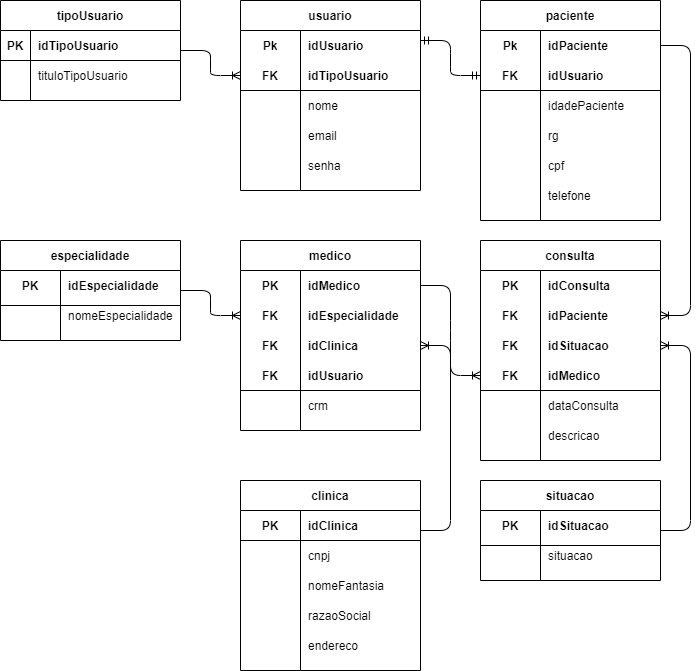
Earlier version of the draw.io export sprint-1-bd/projeto_medicals/modelagens/projeto_medicals-logico.png (DudaPereira/senai_sprint_1bd). Source tidied: cells renumbered, new cells last; positions are measured from the earlier drawing's top-left corner, leaving out a move shared by most shapes.
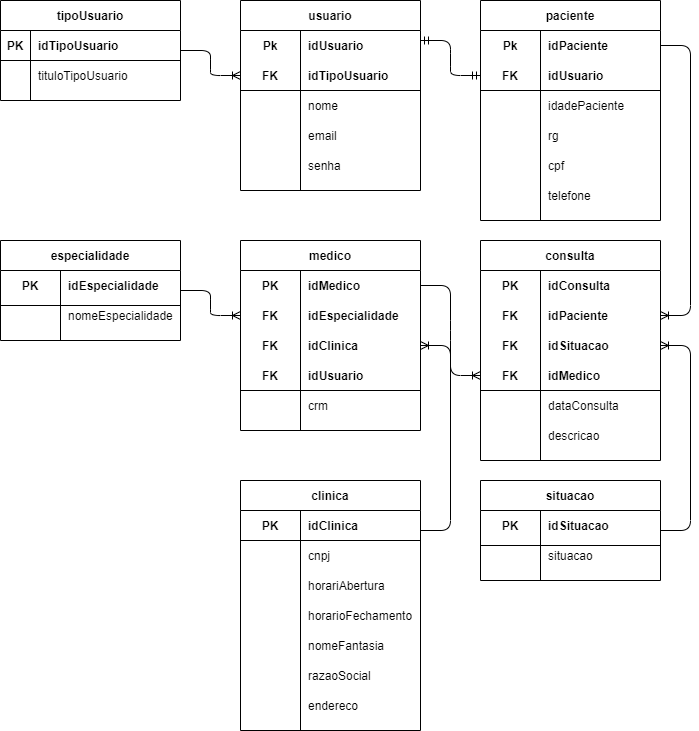
The same diagram one commit later.

Commit message:
projeto medicals finalizado

What changed in the source:
```diff
@@ -282,7 +282,7 @@
       <mxGeometry x="480" y="540" width="180" height="10" as="geometry" />
     </mxCell>
     <mxCell id="95" value="clinica" style="shape=table;startSize=30;rowLines=0;fontStyle=1;align=center;" parent="1" vertex="1">
-      <mxGeometry x="240" y="480" width="180" height="190" as="geometry" />
+      <mxGeometry x="240" y="480" width="180" height="250" as="geometry" />
     </mxCell>
     <mxCell id="96" style="shape=partialRectangle;fillColor=none;top=0;left=0;bottom=0;right=0;" parent="95" vertex="1">
       <mxGeometry y="30" width="180" height="30" as="geometry" />
@@ -302,8 +302,26 @@
     <mxCell id="101" value="cnpj" style="shape=partialRectangle;fillColor=none;top=0;left=0;bottom=0;right=0;align=left;spacingLeft=6;overflow=hidden;" parent="99" vertex="1">
       <mxGeometry x="60" width="120" height="30" as="geometry" />
     </mxCell>
+    <mxCell id="119" style="shape=partialRectangle;fillColor=none;top=0;left=0;bottom=0;right=0;" parent="95" vertex="1">
+      <mxGeometry y="90" width="180" height="30" as="geometry" />
+    </mxCell>
+    <mxCell id="120" style="shape=partialRectangle;fillColor=none;top=0;left=0;bottom=0;right=0;overflow=hidden;" parent="119" vertex="1">
+      <mxGeometry width="60" height="30" as="geometry" />
+    </mxCell>
+    <mxCell id="121" value="horariAbertura" style="shape=partialRectangle;fillColor=none;top=0;left=0;bottom=0;right=0;align=left;spacingLeft=6;overflow=hidden;" parent="119" vertex="1">
+      <mxGeometry x="60" width="120" height="30" as="geometry" />
+    </mxCell>
+    <mxCell id="122" style="shape=partialRectangle;fillColor=none;top=0;left=0;bottom=0;right=0;" parent="95" vertex="1">
+      <mxGeometry y="120" width="180" height="30" as="geometry" />
+    </mxCell>
+    <mxCell id="123" style="shape=partialRectangle;fillColor=none;top=0;left=0;bottom=0;right=0;overflow=hidden;" parent="122" vertex="1">
+      <mxGeometry width="60" height="30" as="geometry" />
+    </mxCell>
+    <mxCell id="124" value="horarioFechamento" style="shape=partialRectangle;fillColor=none;top=0;left=0;bottom=0;right=0;align=left;spacingLeft=6;overflow=hidden;" parent="122" vertex="1">
+      <mxGeometry x="60" width="120" height="30" as="geometry" />
+    </mxCell>
     <mxCell id="102" style="shape=partialRectangle;fillColor=none;top=0;left=0;bottom=0;right=0;" parent="95" vertex="1">
-      <mxGeometry y="90" width="180" height="30" as="geometry" />
+      <mxGeometry y="150" width="180" height="30" as="geometry" />
     </mxCell>
     <mxCell id="103" style="shape=partialRectangle;fillColor=none;top=0;left=0;bottom=0;right=0;overflow=hidden;" parent="102" vertex="1">
       <mxGeometry width="60" height="30" as="geometry" />
@@ -312,7 +330,7 @@
       <mxGeometry x="60" width="120" height="30" as="geometry" />
     </mxCell>
     <mxCell id="105" style="shape=partialRectangle;fillColor=none;top=0;left=0;bottom=0;right=0;" parent="95" vertex="1">
-      <mxGeometry y="120" width="180" height="30" as="geometry" />
+      <mxGeometry y="180" width="180" height="30" as="geometry" />
     </mxCell>
     <mxCell id="106" style="shape=partialRectangle;fillColor=none;top=0;left=0;bottom=0;right=0;overflow=hidden;" parent="105" vertex="1">
       <mxGeometry width="60" height="30" as="geometry" />
@@ -321,7 +339,7 @@
       <mxGeometry x="60" width="120" height="30" as="geometry" />
     </mxCell>
     <mxCell id="108" style="shape=partialRectangle;fillColor=none;top=0;left=0;bottom=0;right=0;" parent="95" vertex="1">
-      <mxGeometry y="150" width="180" height="30" as="geometry" />
+      <mxGeometry y="210" width="180" height="30" as="geometry" />
     </mxCell>
     <mxCell id="109" style="shape=partialRectangle;fillColor=none;top=0;left=0;bottom=0;right=0;overflow=hidden;" parent="108" vertex="1">
       <mxGeometry width="60" height="30" as="geometry" />
```
